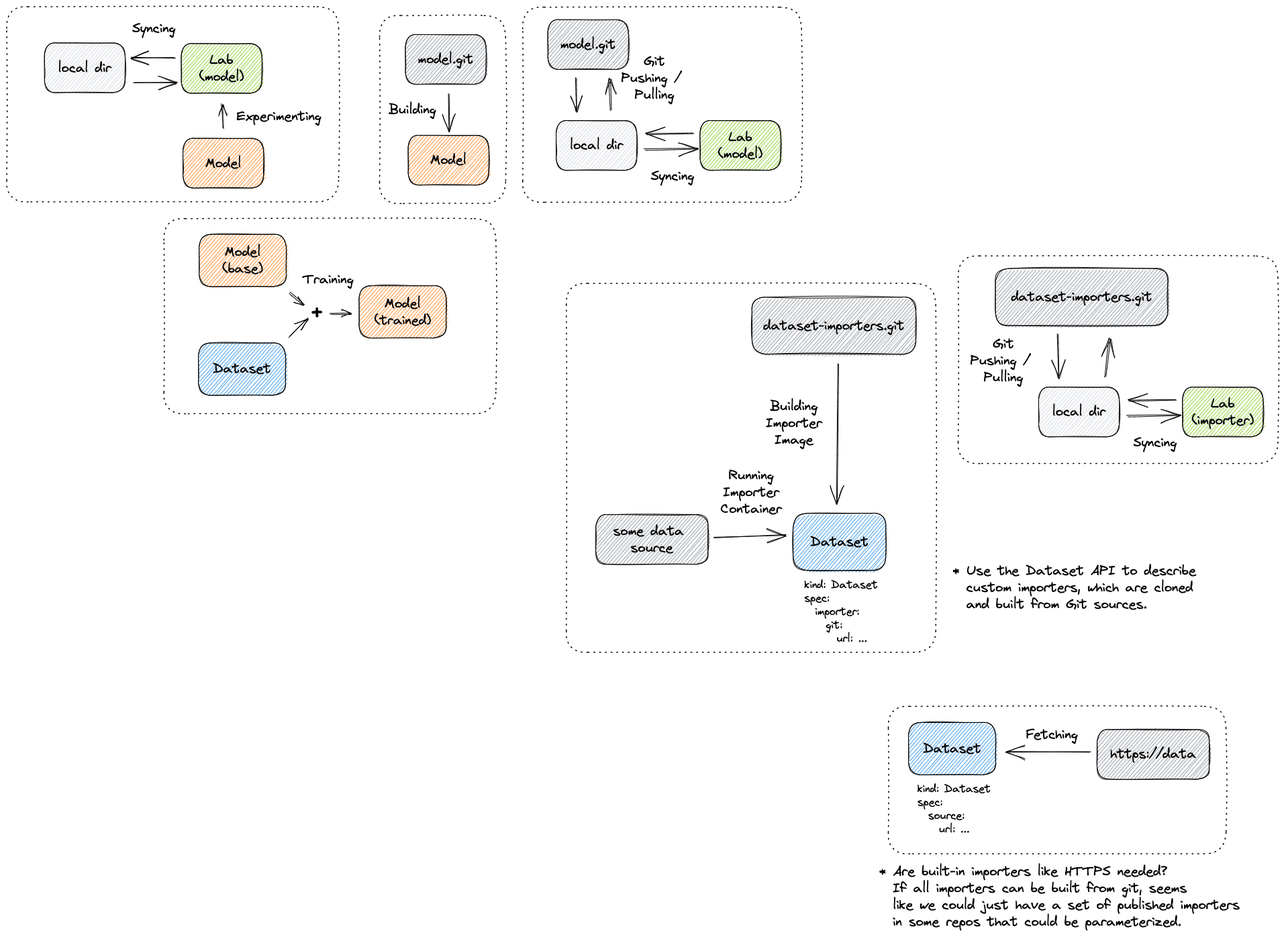
Before: docs/proposed/entity-relations.excalidraw.png, a diagram exported from Excalidraw (substratusai/runbooks). Source tidied: one line per element, renumbered; positions are measured from the earlier drawing's top-left corner, leaving out a move shared by most shapes.
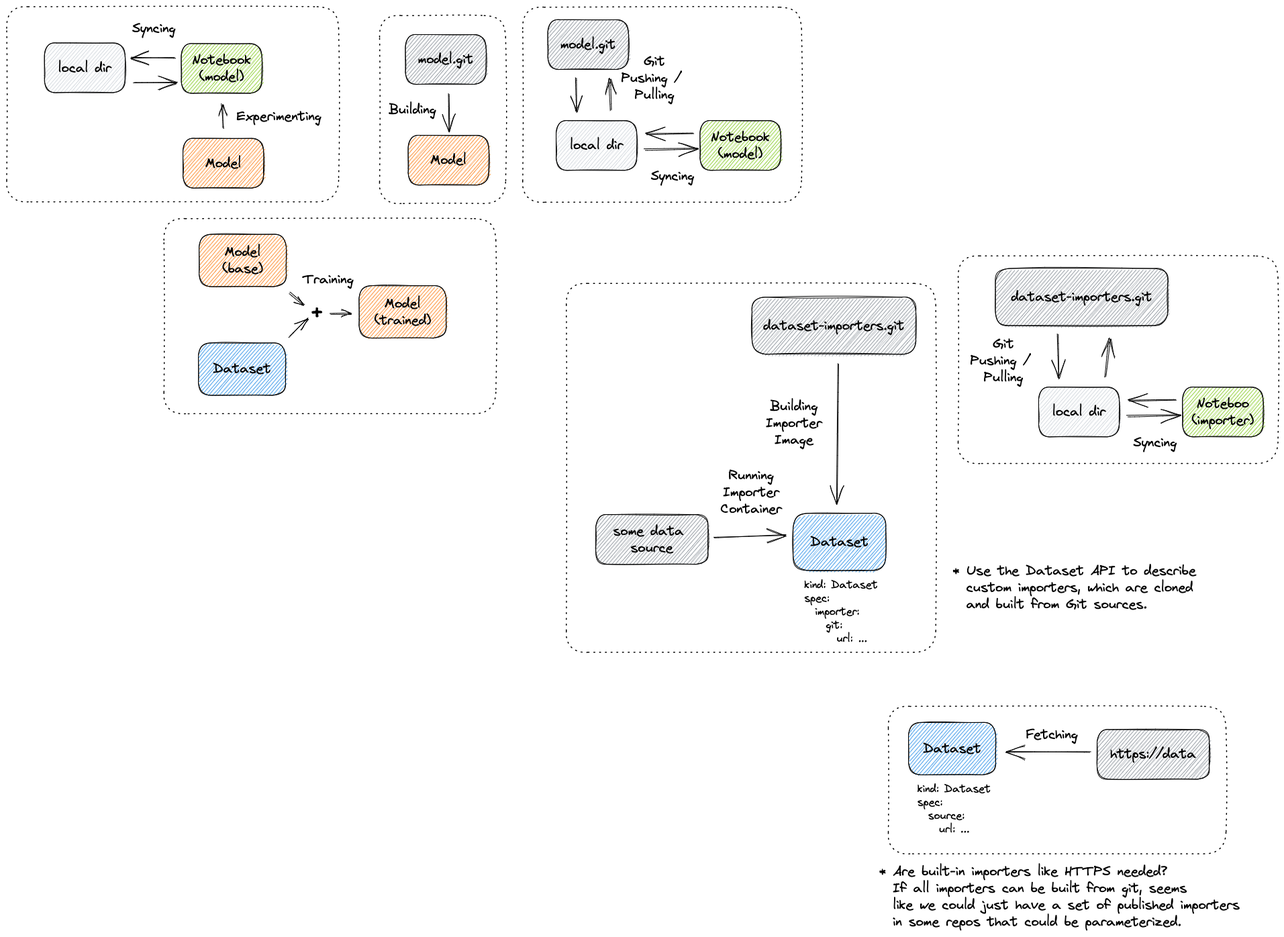
The same file after the commit.

Commit message:
Change Labs to Notebooks

Change to the diagram source:
```diff
@@ -19,12 +19,12 @@
 {"id": 18, "type": "text", "text": "local dir", "strokeColor": "#000000", "strokeWidth": 1, "roughness": 1, "fontSize": 20, "fontFamily": 1, "textAlign": "center", "verticalAlign": "middle", "inside": 17, "x": 839, "y": 194, "width": 79, "height": 25}
 {"id": 19, "type": "arrow", "strokeColor": "#000000", "strokeWidth": 1, "roughness": 1, "endArrowhead": "arrow", "round": true, "from": 15, "to": 17, "x": 849, "y": 106, "width": 1, "height": 52, "points": [[0, 0], [-1, 52]]}
 {"id": 20, "type": "rectangle", "strokeColor": "#000000", "backgroundColor": "#82c91e", "fillStyle": "hachure", "strokeWidth": 1, "roughness": 1, "round": true, "x": 1033, "y": 170, "width": 120, "height": 74}
-{"id": 21, "type": "text", "text": "Lab\n(model)", "strokeColor": "#000000", "strokeWidth": 1, "roughness": 1, "fontSize": 20, "fontFamily": 1, "textAlign": "center", "verticalAlign": "middle", "inside": 20, "x": 1060, "y": 182, "width": 66, "height": 50}
+{"id": 21, "type": "text", "text": "Notebook\n(model)", "strokeColor": "#000000", "strokeWidth": 1, "roughness": 1, "fontSize": 20, "fontFamily": 1, "textAlign": "center", "verticalAlign": "middle", "inside": 20, "x": 1049, "y": 182, "width": 88, "height": 50}
 {"id": 22, "type": "arrow", "strokeColor": "#000000", "strokeWidth": 1, "roughness": 1, "endArrowhead": "arrow", "round": true, "from": 17, "to": 20, "x": 950, "y": 212, "width": 80, "height": 1, "points": [[0, 0], [80, -1]]}
 {"id": 23, "type": "arrow", "strokeColor": "#000000", "strokeWidth": 1, "roughness": 1, "endArrowhead": "arrow", "round": true, "from": 20, "to": 17, "x": 1023, "y": 189, "width": 71, "height": 1, "points": [[0, 0], [-71, 1]]}
 {"id": 24, "type": "arrow", "strokeColor": "#000000", "strokeWidth": 1, "roughness": 1, "endArrowhead": "arrow", "round": true, "from": 35, "to": 15, "x": 900, "y": 155, "width": 3, "height": 47, "points": [[0, 0], [-3, -47]]}
 {"id": 25, "type": "rectangle", "strokeColor": "#000000", "backgroundColor": "#82c91e", "fillStyle": "hachure", "strokeWidth": 1, "roughness": 1, "round": true, "x": 260, "y": 55, "width": 120, "height": 74}
-{"id": 26, "type": "text", "text": "Lab\n(model)", "strokeColor": "#000000", "strokeWidth": 1, "roughness": 1, "fontSize": 20, "fontFamily": 1, "textAlign": "center", "verticalAlign": "middle", "inside": 25, "x": 287, "y": 67, "width": 66, "height": 50}
+{"id": 26, "type": "text", "text": "Notebook\n(model)", "strokeColor": "#000000", "strokeWidth": 1, "roughness": 1, "fontSize": 20, "fontFamily": 1, "textAlign": "center", "verticalAlign": "middle", "inside": 25, "x": 276, "y": 67, "width": 88, "height": 50}
 {"id": 27, "type": "rectangle", "strokeColor": "#000000", "backgroundColor": "#fd7e14", "fillStyle": "hachure", "strokeWidth": 1, "roughness": 1, "round": true, "x": 263, "y": 196, "width": 120, "height": 74}
 {"id": 28, "type": "text", "text": "Model", "strokeColor": "#000000", "strokeWidth": 1, "roughness": 1, "fontSize": 20, "fontFamily": 1, "textAlign": "center", "verticalAlign": "middle", "inside": 27, "x": 296, "y": 221, "width": 54, "height": 25}
 {"id": 29, "type": "arrow", "strokeColor": "#000000", "strokeWidth": 1, "roughness": 1, "endArrowhead": "arrow", "round": true, "from": 27, "to": 25, "x": 323, "y": 182, "width": 2, "height": 37, "points": [[0, 0], [-2, -37]]}
@@ -54,7 +54,7 @@
 {"id": 53, "type": "text", "text": "local dir", "strokeColor": "#000000", "strokeWidth": 1, "roughness": 1, "fontSize": 20, "fontFamily": 1, "textAlign": "center", "verticalAlign": "middle", "inside": 52, "x": 1558, "y": 591, "width": 79, "height": 25}
 {"id": 54, "type": "arrow", "strokeColor": "#000000", "strokeWidth": 1, "roughness": 1, "endArrowhead": "arrow", "round": true, "from": 50, "to": 52, "x": 1567, "y": 487, "width": 0, "height": 67, "points": [[0, 0], [0, 67]]}
 {"id": 55, "type": "rectangle", "strokeColor": "#000000", "backgroundColor": "#82c91e", "fillStyle": "hachure", "strokeWidth": 1, "roughness": 1, "round": true, "x": 1752, "y": 567, "width": 120, "height": 74}
-{"id": 56, "type": "text", "text": "Lab\n(importer)", "strokeColor": "#000000", "strokeWidth": 1, "roughness": 1, "fontSize": 20, "fontFamily": 1, "textAlign": "center", "verticalAlign": "middle", "inside": 55, "x": 1766, "y": 579, "width": 92, "height": 50}
+{"id": 56, "type": "text", "text": "Noteboo\n(importer)", "strokeColor": "#000000", "strokeWidth": 1, "roughness": 1, "fontSize": 20, "fontFamily": 1, "textAlign": "center", "verticalAlign": "middle", "inside": 55, "x": 1766, "y": 579, "width": 92, "height": 50}
 {"id": 57, "type": "arrow", "strokeColor": "#000000", "strokeWidth": 1, "roughness": 1, "endArrowhead": "arrow", "round": true, "from": 52, "to": 55, "x": 1669, "y": 610, "width": 80, "height": 1, "points": [[0, 0], [80, -1]]}
 {"id": 58, "type": "arrow", "strokeColor": "#000000", "strokeWidth": 1, "roughness": 1, "endArrowhead": "arrow", "round": true, "from": 55, "to": 52, "x": 1742, "y": 586, "width": 71, "height": 1, "points": [[0, 0], [-71, 1]]}
 {"id": 59, "type": "arrow", "strokeColor": "#000000", "strokeWidth": 1, "roughness": 1, "endArrowhead": "arrow", "round": true, "from": 52, "to": 50, "x": 1637, "y": 552, "width": 5, "height": 57, "points": [[0, 0], [5, -57]]}
```
